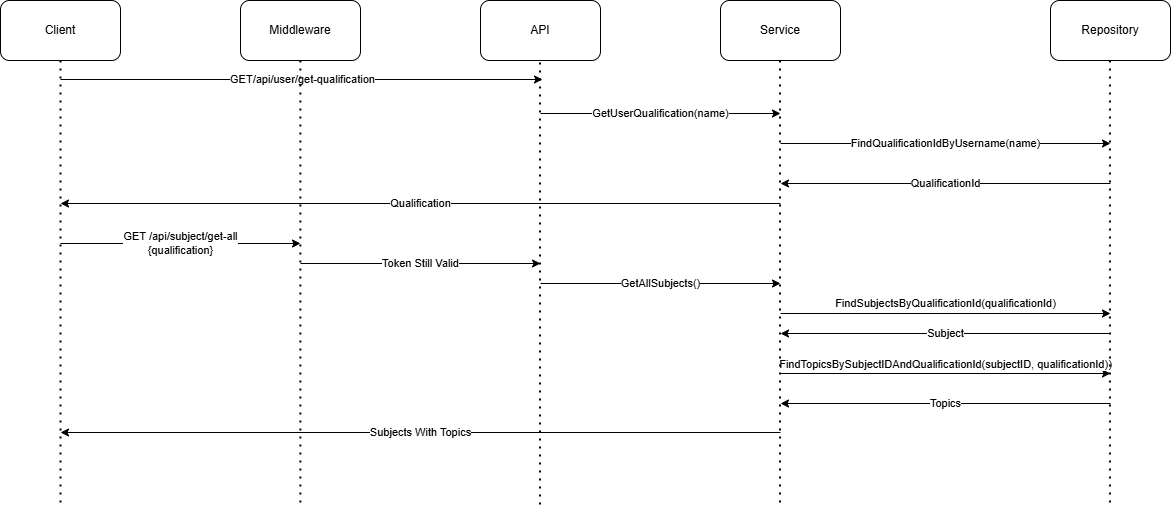
Earlier version of the draw.io export documents/images/SubjectsSequence.drawio.png (shahd9290/Competitive-Revision-Website). Source tidied: cells renumbered, new cells last; positions are measured from the earlier drawing's top-left corner, leaving out a move shared by most shapes. The source it was exported from:
```xml
<mxGraphModel>
  <root>
    <mxCell id="0" />
    <mxCell id="1" parent="0" />
    <mxCell id="2" value="Middleware" style="rounded=1;whiteSpace=wrap;html=1;" parent="1" vertex="1">
      <mxGeometry x="240" width="120" height="60" as="geometry" />
    </mxCell>
    <mxCell id="3" value="API" style="rounded=1;whiteSpace=wrap;html=1;" parent="1" vertex="1">
      <mxGeometry x="480" width="120" height="60" as="geometry" />
    </mxCell>
    <mxCell id="4" value="Service" style="rounded=1;whiteSpace=wrap;html=1;" parent="1" vertex="1">
      <mxGeometry x="720" width="120" height="60" as="geometry" />
    </mxCell>
    <mxCell id="5" value="Repository" style="rounded=1;whiteSpace=wrap;html=1;" parent="1" vertex="1">
      <mxGeometry x="1050" width="120" height="60" as="geometry" />
    </mxCell>
    <mxCell id="6" value="Client" style="rounded=1;whiteSpace=wrap;html=1;" parent="1" vertex="1">
      <mxGeometry width="120" height="60" as="geometry" />
    </mxCell>
    <mxCell id="7" style="endArrow=none;dashed=1;html=1;dashPattern=1 3;strokeWidth=2;rounded=0;entryX=0.5;entryY=1;entryDx=0;entryDy=0;" parent="1" edge="1" target="6">
      <mxGeometry relative="1" as="geometry">
        <mxPoint x="60" y="502" as="sourcePoint" />
      </mxGeometry>
    </mxCell>
    <mxCell id="8" value="GET/api/user/get-qualification" style="endArrow=classic;html=1;rounded=0;" parent="1" edge="1">
      <mxGeometry relative="1" as="geometry">
        <mxPoint x="60" y="79" as="sourcePoint" />
        <mxPoint x="542" y="79" as="targetPoint" />
      </mxGeometry>
    </mxCell>
    <mxCell id="9" value="GetUserQualification(name)" style="endArrow=classic;html=1;rounded=0;" parent="1" edge="1">
      <mxGeometry relative="1" as="geometry">
        <mxPoint x="540" y="113" as="sourcePoint" />
        <mxPoint x="780" y="113" as="targetPoint" />
      </mxGeometry>
    </mxCell>
    <mxCell id="10" value="FindQualificationIdByUsername(name)" style="endArrow=classic;html=1;rounded=0;" parent="1" edge="1">
      <mxGeometry relative="1" as="geometry">
        <mxPoint x="780" y="143" as="sourcePoint" />
        <mxPoint x="1110" y="143" as="targetPoint" />
      </mxGeometry>
    </mxCell>
    <mxCell id="11" value="QualificationId" style="endArrow=classic;html=1;rounded=0;" parent="1" edge="1">
      <mxGeometry relative="1" as="geometry">
        <mxPoint x="1110" y="183" as="sourcePoint" />
        <mxPoint x="780" y="183" as="targetPoint" />
      </mxGeometry>
    </mxCell>
    <mxCell id="12" value="Qualification" style="endArrow=classic;html=1;rounded=0;" parent="1" edge="1">
      <mxGeometry relative="1" as="geometry">
        <mxPoint x="780" y="203" as="sourcePoint" />
        <mxPoint x="60" y="203" as="targetPoint" />
      </mxGeometry>
    </mxCell>
    <mxCell id="13" value="GET /api/subject/get-all&lt;br&gt;{qualification}" style="endArrow=classic;html=1;rounded=0;" parent="1" edge="1">
      <mxGeometry relative="1" as="geometry">
        <mxPoint x="60" y="243" as="sourcePoint" />
        <mxPoint x="300" y="243" as="targetPoint" />
      </mxGeometry>
    </mxCell>
    <mxCell id="14" value="Token Still Valid" style="endArrow=classic;html=1;rounded=0;" parent="1" edge="1">
      <mxGeometry relative="1" as="geometry">
        <mxPoint x="300" y="263" as="sourcePoint" />
        <mxPoint x="540" y="263" as="targetPoint" />
      </mxGeometry>
    </mxCell>
    <mxCell id="15" value="GetAllSubjects()" style="endArrow=classic;html=1;rounded=0;" parent="1" edge="1">
      <mxGeometry relative="1" as="geometry">
        <mxPoint x="540" y="283" as="sourcePoint" />
        <mxPoint x="780" y="283" as="targetPoint" />
      </mxGeometry>
    </mxCell>
    <mxCell id="16" value="FindSubjectsByQualificationId(qualificationId)" style="endArrow=classic;html=1;rounded=0;" parent="1" edge="1">
      <mxGeometry y="10" relative="1" as="geometry">
        <mxPoint x="780" y="313" as="sourcePoint" />
        <mxPoint x="1110" y="313" as="targetPoint" />
      </mxGeometry>
    </mxCell>
    <mxCell id="17" value="Subject" style="endArrow=classic;html=1;rounded=0;" parent="1" edge="1">
      <mxGeometry relative="1" as="geometry">
        <mxPoint x="1110" y="333" as="sourcePoint" />
        <mxPoint x="780" y="333" as="targetPoint" />
      </mxGeometry>
    </mxCell>
    <mxCell id="18" value="FindTopicsBySubjectIDAndQualificationId(subjectID, qualificationId))" style="endArrow=classic;html=1;rounded=0;" parent="1" edge="1">
      <mxGeometry y="9" relative="1" as="geometry">
        <mxPoint x="780" y="373" as="sourcePoint" />
        <mxPoint x="1110" y="373" as="targetPoint" />
      </mxGeometry>
    </mxCell>
    <mxCell id="19" value="Topics" style="endArrow=classic;html=1;rounded=0;" parent="1" edge="1">
      <mxGeometry relative="1" as="geometry">
        <mxPoint x="1110" y="403" as="sourcePoint" />
        <mxPoint x="780" y="403" as="targetPoint" />
      </mxGeometry>
    </mxCell>
    <mxCell id="20" value="Subjects With Topics" style="endArrow=classic;html=1;rounded=0;" parent="1" edge="1">
      <mxGeometry relative="1" as="geometry">
        <mxPoint x="780" y="432" as="sourcePoint" />
        <mxPoint x="60" y="432" as="targetPoint" />
      </mxGeometry>
    </mxCell>
    <mxCell id="21" style="endArrow=none;dashed=1;html=1;dashPattern=1 3;strokeWidth=2;rounded=0;entryX=0.5;entryY=1;entryDx=0;entryDy=0;" parent="1" edge="1">
      <mxGeometry relative="1" as="geometry">
        <mxPoint x="299.9" y="502" as="sourcePoint" />
        <mxPoint x="299.9" y="60" as="targetPoint" />
      </mxGeometry>
    </mxCell>
    <mxCell id="22" style="endArrow=none;dashed=1;html=1;dashPattern=1 3;strokeWidth=2;rounded=0;entryX=0.5;entryY=1;entryDx=0;entryDy=0;" parent="1" edge="1">
      <mxGeometry relative="1" as="geometry">
        <mxPoint x="539.5" y="504" as="sourcePoint" />
        <mxPoint x="539.5" y="62" as="targetPoint" />
      </mxGeometry>
    </mxCell>
    <mxCell id="23" style="endArrow=none;dashed=1;html=1;dashPattern=1 3;strokeWidth=2;rounded=0;entryX=0.5;entryY=1;entryDx=0;entryDy=0;" parent="1" edge="1">
      <mxGeometry relative="1" as="geometry">
        <mxPoint x="779.5" y="502" as="sourcePoint" />
        <mxPoint x="779.5" y="60" as="targetPoint" />
      </mxGeometry>
    </mxCell>
    <mxCell id="24" style="endArrow=none;dashed=1;html=1;dashPattern=1 3;strokeWidth=2;rounded=0;entryX=0.5;entryY=1;entryDx=0;entryDy=0;" parent="1" edge="1">
      <mxGeometry relative="1" as="geometry">
        <mxPoint x="1109.4" y="502" as="sourcePoint" />
        <mxPoint x="1109.4" y="60" as="targetPoint" />
      </mxGeometry>
    </mxCell>
  </root>
</mxGraphModel>
```
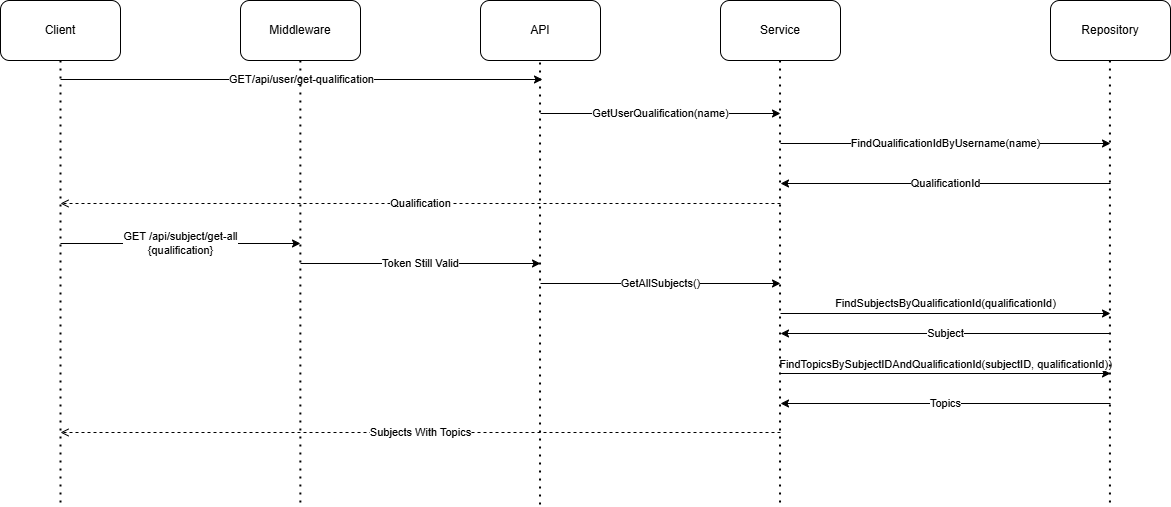
After the change.

Diff of the diagram source:
```diff
@@ -46,7 +46,7 @@
         <mxPoint x="780" y="183" as="targetPoint" />
       </mxGeometry>
     </mxCell>
-    <mxCell id="12" value="Qualification" style="endArrow=classic;html=1;rounded=0;" parent="1" edge="1">
+    <mxCell id="12" value="Qualification" style="endArrow=open;html=1;rounded=0;endFill=0;dashed=1;" parent="1" edge="1">
       <mxGeometry relative="1" as="geometry">
         <mxPoint x="780" y="203" as="sourcePoint" />
         <mxPoint x="60" y="203" as="targetPoint" />
@@ -94,7 +94,7 @@
         <mxPoint x="780" y="403" as="targetPoint" />
       </mxGeometry>
     </mxCell>
-    <mxCell id="20" value="Subjects With Topics" style="endArrow=classic;html=1;rounded=0;" parent="1" edge="1">
+    <mxCell id="20" value="Subjects With Topics" style="endArrow=open;html=1;rounded=0;endFill=0;dashed=1;" parent="1" edge="1">
       <mxGeometry relative="1" as="geometry">
         <mxPoint x="780" y="432" as="sourcePoint" />
         <mxPoint x="60" y="432" as="targetPoint" />
```
